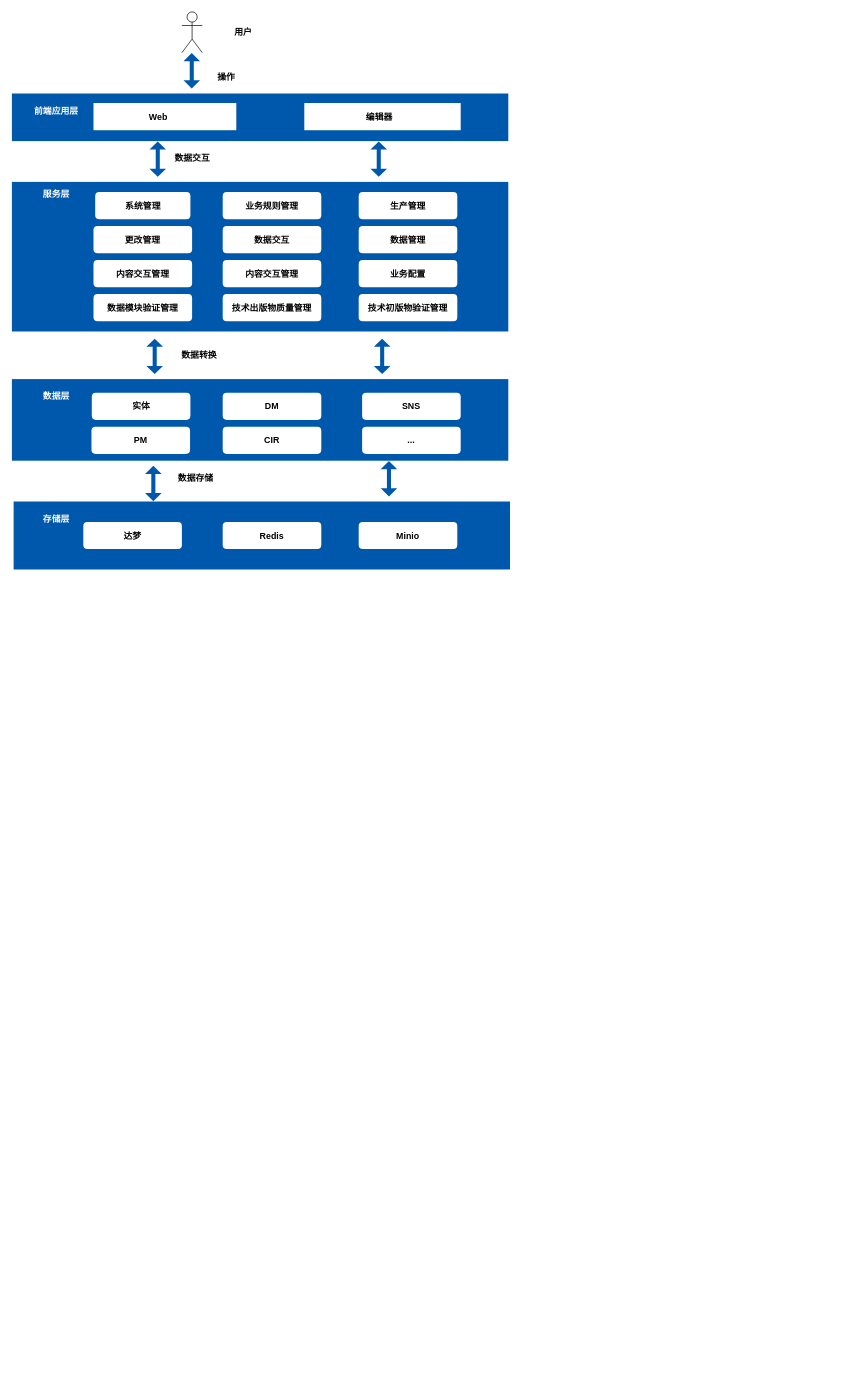
DemonHan/KuickBuy keeps this draw.io diagram as csdb/数据架构图.drawio. Above is the earlier version. Source tidied: cells renumbered, new cells numbered last; positions are measured from the earlier drawing's top-left corner, leaving out a move shared by most shapes. Both pictures are drawn from the tidied source at 68%, with x=0, y=0 at pixel (12, 12).
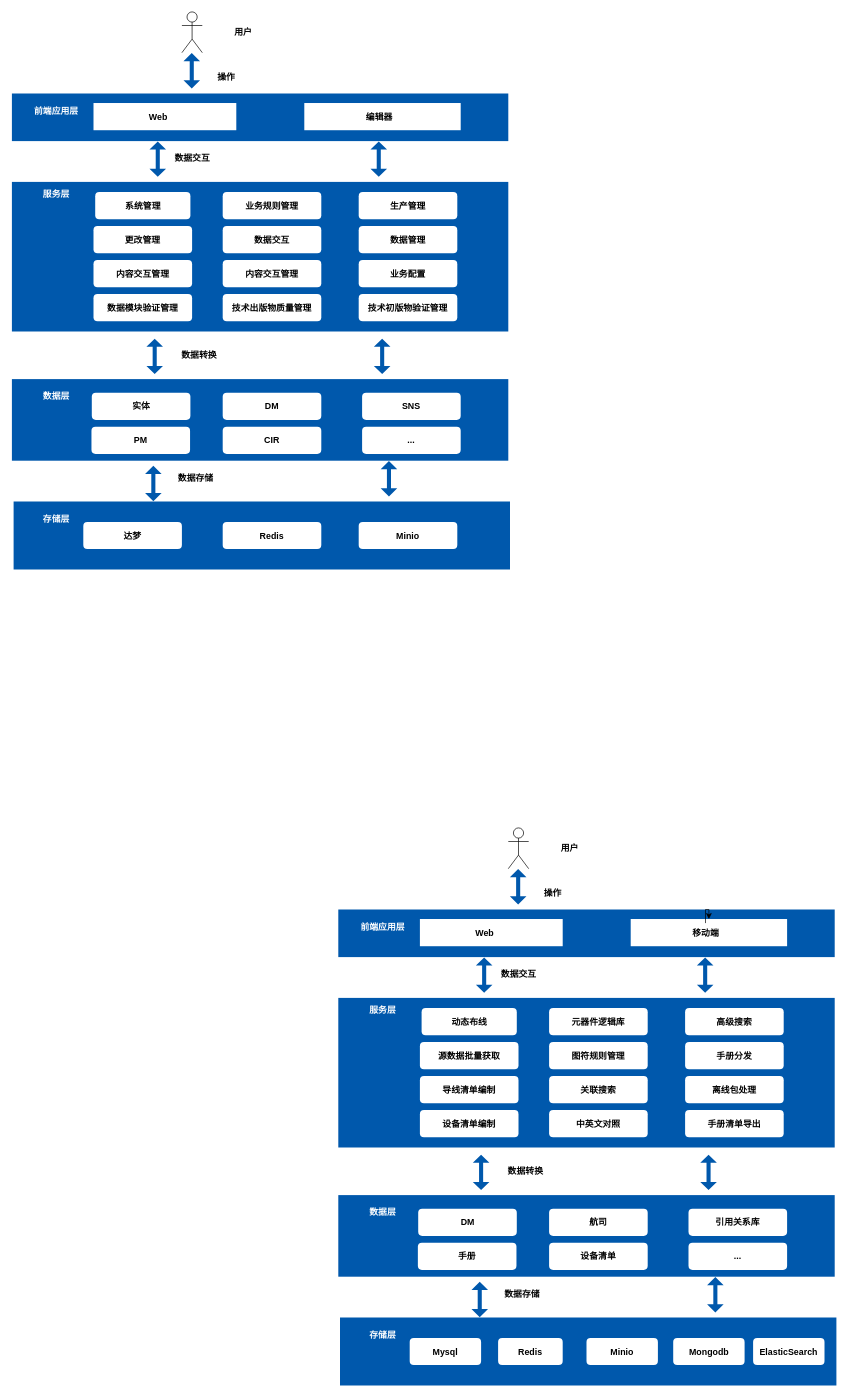
The same diagram, later.

Commit message:
更新数据架构图.drawio

Diff of the diagram source:
```diff
@@
+    <mxCell id="48" value="Actor" style="shape=umlActor;verticalLabelPosition=bottom;verticalAlign=top;html=1;fontColor=none;noLabel=1;" parent="1" vertex="1">
+      <mxGeometry x="730" y="1200" width="30" height="60" as="geometry" />
+    </mxCell>
+    <mxCell id="49" style="shape=flexArrow;endArrow=classic;startArrow=classic;html=1;rounded=0;width=6;startSize=3.64;endSize=3.64;endWidth=17.387755102040817;startWidth=17.387755102040817;entryX=0.197;entryY=0.995;entryDx=0;entryDy=0;entryPerimeter=0;fontStyle=1;fontSize=13;strokeColor=none;fillColor=#0058AC;" parent="1" edge="1">
+      <mxGeometry relative="1" as="geometry">
+        <mxPoint x="744.5" y="1313" as="sourcePoint" />
+        <mxPoint x="744.5" y="1260" as="targetPoint" />
+      </mxGeometry>
+    </mxCell>
+    <mxCell id="50" style="rounded=0;whiteSpace=wrap;html=1;fillColor=#0058AC;fontStyle=1;fontSize=13;strokeColor=none;" parent="1" vertex="1">
+      <mxGeometry x="480" y="1320" width="730" height="70" as="geometry" />
+    </mxCell>
+    <mxCell id="51" value="前端应用层" style="text;html=1;align=center;verticalAlign=middle;strokeColor=none;fillColor=none;fontColor=#FFFFFF;fontStyle=1;fontSize=13;" parent="1" vertex="1">
+      <mxGeometry x="500" y="1330" width="90" height="30" as="geometry" />
+    </mxCell>
+    <mxCell id="52" style="rounded=0;whiteSpace=wrap;html=1;fillColor=#FFFFFF;fontStyle=1;fontSize=13;strokeColor=none;" parent="1" vertex="1">
+      <mxGeometry x="600" y="1334" width="210" height="40" as="geometry" />
+    </mxCell>
+    <mxCell id="53" value="Web" style="text;html=1;align=center;verticalAlign=middle;strokeColor=none;fillColor=none;fontStyle=1;fontSize=13;" parent="1" vertex="1">
+      <mxGeometry x="670" y="1340" width="50" height="30" as="geometry" />
+    </mxCell>
+    <mxCell id="54" style="rounded=0;whiteSpace=wrap;html=1;fillColor=#FFFFFF;fontStyle=1;fontSize=13;strokeColor=none;" parent="1" vertex="1">
+      <mxGeometry x="910" y="1334" width="230" height="40" as="geometry" />
+    </mxCell>
+    <mxCell id="55" style="edgeStyle=orthogonalEdgeStyle;rounded=0;jettySize=auto;html=1;" parent="1" edge="1" source="56" target="54">
+      <mxGeometry relative="1" as="geometry" />
+    </mxCell>
+    <mxCell id="56" value="移动端" style="text;html=1;align=center;verticalAlign=middle;points=[];strokeColor=none;fillColor=none;fontStyle=1;fontSize=13;" parent="1" vertex="1">
+      <mxGeometry x="990" y="1340" width="60" height="30" as="geometry" />
+    </mxCell>
+    <mxCell id="57" style="rounded=0;whiteSpace=wrap;html=1;fillColor=#0058AC;fontStyle=1;fontSize=13;strokeColor=none;" parent="1" vertex="1">
+      <mxGeometry x="480" y="1450" width="730" height="220" as="geometry" />
+    </mxCell>
+    <mxCell id="58" value="服务层" style="text;html=1;align=center;verticalAlign=middle;strokeColor=none;fillColor=none;fontColor=#FFFFFF;fontStyle=1;fontSize=13;" parent="1" vertex="1">
+      <mxGeometry x="515" y="1453" width="60" height="30" as="geometry" />
+    </mxCell>
+    <mxCell id="59" value="动态布线" style="rounded=1;whiteSpace=wrap;html=1;fontStyle=1;fontSize=13;strokeColor=none;fillColor=#FFFFFF;fontColor=#000000;" parent="1" vertex="1">
+      <mxGeometry x="602.5" y="1465" width="140" height="40" as="geometry" />
+    </mxCell>
+    <mxCell id="60" value="元器件逻辑库" style="rounded=1;whiteSpace=wrap;html=1;fontStyle=1;fontSize=13;strokeColor=none;fillColor=#FFFFFF;fontColor=#000000;" parent="1" vertex="1">
+      <mxGeometry x="790" y="1465" width="145" height="40" as="geometry" />
+    </mxCell>
+    <mxCell id="61" value="高级搜索" style="rounded=1;whiteSpace=wrap;html=1;fontStyle=1;fontSize=13;strokeColor=none;fillColor=#FFFFFF;fontColor=#000000;" parent="1" vertex="1">
+      <mxGeometry x="990" y="1465" width="145" height="40" as="geometry" />
+    </mxCell>
+    <mxCell id="62" value="源数据批量获取" style="rounded=1;whiteSpace=wrap;html=1;fontStyle=1;fontSize=13;strokeColor=none;fillColor=#FFFFFF;fontColor=#000000;" parent="1" vertex="1">
+      <mxGeometry x="600" y="1515" width="145" height="40" as="geometry" />
+    </mxCell>
+    <mxCell id="63" value="图符规则管理" style="rounded=1;whiteSpace=wrap;html=1;fontStyle=1;fontSize=13;strokeColor=none;fillColor=#FFFFFF;fontColor=#000000;" parent="1" vertex="1">
+      <mxGeometry x="790" y="1515" width="145" height="40" as="geometry" />
+    </mxCell>
+    <mxCell id="64" value="手册分发" style="rounded=1;whiteSpace=wrap;html=1;fontStyle=1;fontSize=13;strokeColor=none;fillColor=#FFFFFF;fontColor=#000000;" parent="1" vertex="1">
+      <mxGeometry x="990" y="1515" width="145" height="40" as="geometry" />
+    </mxCell>
+    <mxCell id="65" value="导线清单编制" style="rounded=1;whiteSpace=wrap;html=1;fontStyle=1;fontSize=13;strokeColor=none;fillColor=#FFFFFF;fontColor=#000000;" parent="1" vertex="1">
+      <mxGeometry x="600" y="1565" width="145" height="40" as="geometry" />
+    </mxCell>
+    <mxCell id="66" value="关联搜索" style="rounded=1;whiteSpace=wrap;html=1;fontStyle=1;fontSize=13;strokeColor=none;fillColor=#FFFFFF;fontColor=#000000;" parent="1" vertex="1">
+      <mxGeometry x="790" y="1565" width="145" height="40" as="geometry" />
+    </mxCell>
+    <mxCell id="67" value="离线包处理" style="rounded=1;whiteSpace=wrap;html=1;fontStyle=1;fontSize=13;strokeColor=none;fillColor=#FFFFFF;fontColor=#000000;" parent="1" vertex="1">
+      <mxGeometry x="990" y="1565" width="145" height="40" as="geometry" />
+    </mxCell>
+    <mxCell id="68" value="设备清单编制" style="rounded=1;whiteSpace=wrap;html=1;fontStyle=1;fontSize=13;strokeColor=none;fillColor=#FFFFFF;fontColor=#000000;" parent="1" vertex="1">
+      <mxGeometry x="600" y="1615" width="145" height="40" as="geometry" />
+    </mxCell>
+    <mxCell id="69" value="中英文对照" style="rounded=1;whiteSpace=wrap;html=1;fontStyle=1;fontSize=13;strokeColor=none;fillColor=#FFFFFF;fontColor=#000000;" parent="1" vertex="1">
+      <mxGeometry x="790" y="1615" width="145" height="40" as="geometry" />
+    </mxCell>
+    <mxCell id="70" value="手册清单导出" style="rounded=1;whiteSpace=wrap;html=1;fontStyle=1;fontSize=13;strokeColor=none;fillColor=#FFFFFF;fontColor=#000000;" parent="1" vertex="1">
+      <mxGeometry x="990" y="1615" width="145" height="40" as="geometry" />
+    </mxCell>
+    <mxCell id="71" style="shape=flexArrow;endArrow=classic;startArrow=classic;html=1;rounded=0;width=6;startSize=3.64;endSize=3.64;endWidth=17.387755102040817;startWidth=17.387755102040817;entryX=0.197;entryY=0.995;entryDx=0;entryDy=0;entryPerimeter=0;fontStyle=1;fontSize=13;strokeColor=none;fillColor=#0058AC;" parent="1" edge="1">
+      <mxGeometry relative="1" as="geometry">
+        <mxPoint x="694.5" y="1443" as="sourcePoint" />
+        <mxPoint x="694.5" y="1390" as="targetPoint" />
+      </mxGeometry>
+    </mxCell>
+    <mxCell id="72" style="shape=flexArrow;endArrow=classic;startArrow=classic;html=1;rounded=0;width=6;startSize=3.64;endSize=3.64;endWidth=17.387755102040817;startWidth=17.387755102040817;entryX=0.197;entryY=0.995;entryDx=0;entryDy=0;entryPerimeter=0;fontStyle=1;fontSize=13;strokeColor=none;fillColor=#0058AC;" parent="1" edge="1">
+      <mxGeometry relative="1" as="geometry">
+        <mxPoint x="1019.5" y="1443" as="sourcePoint" />
+        <mxPoint x="1019.5" y="1390" as="targetPoint" />
+      </mxGeometry>
+    </mxCell>
+    <mxCell id="73" style="rounded=0;whiteSpace=wrap;html=1;fillColor=#0058AC;fontStyle=1;fontSize=13;strokeColor=none;" parent="1" vertex="1">
+      <mxGeometry x="480" y="1740" width="730" height="120" as="geometry" />
+    </mxCell>
+    <mxCell id="74" value="数据层" style="text;html=1;align=center;verticalAlign=middle;strokeColor=none;fillColor=none;fontColor=#FFFFFF;fontStyle=1;fontSize=13;" parent="1" vertex="1">
+      <mxGeometry x="515" y="1750" width="60" height="30" as="geometry" />
+    </mxCell>
+    <mxCell id="75" style="shape=flexArrow;endArrow=classic;startArrow=classic;html=1;rounded=0;width=6;startSize=3.64;endSize=3.64;endWidth=17.387755102040817;startWidth=17.387755102040817;entryX=0.197;entryY=0.995;entryDx=0;entryDy=0;entryPerimeter=0;fontStyle=1;fontSize=13;strokeColor=none;fillColor=#0058AC;" parent="1" edge="1">
+      <mxGeometry relative="1" as="geometry">
+        <mxPoint x="690" y="1733" as="sourcePoint" />
+        <mxPoint x="690" y="1680" as="targetPoint" />
+      </mxGeometry>
+    </mxCell>
+    <mxCell id="76" style="shape=flexArrow;endArrow=classic;startArrow=classic;html=1;rounded=0;width=6;startSize=3.64;endSize=3.64;endWidth=17.387755102040817;startWidth=17.387755102040817;entryX=0.197;entryY=0.995;entryDx=0;entryDy=0;entryPerimeter=0;fontStyle=1;fontSize=13;strokeColor=none;fillColor=#0058AC;" parent="1" edge="1">
+      <mxGeometry relative="1" as="geometry">
+        <mxPoint x="1024.5" y="1733" as="sourcePoint" />
+        <mxPoint x="1024.5" y="1680" as="targetPoint" />
+      </mxGeometry>
+    </mxCell>
+    <mxCell id="77" value="DM" style="rounded=1;whiteSpace=wrap;html=1;fontStyle=1;fontSize=13;strokeColor=none;fillColor=#FFFFFF;fontColor=#000000;" parent="1" vertex="1">
+      <mxGeometry x="597.5" y="1760" width="145" height="40" as="geometry" />
+    </mxCell>
+    <mxCell id="78" value="航司" style="rounded=1;whiteSpace=wrap;html=1;fontStyle=1;fontSize=13;strokeColor=none;fillColor=#FFFFFF;fontColor=#000000;" parent="1" vertex="1">
+      <mxGeometry x="790" y="1760" width="145" height="40" as="geometry" />
+    </mxCell>
+    <mxCell id="79" value="引用关系库" style="rounded=1;whiteSpace=wrap;html=1;fontStyle=1;fontSize=13;strokeColor=none;fillColor=#FFFFFF;fontColor=#000000;" parent="1" vertex="1">
+      <mxGeometry x="995" y="1760" width="145" height="40" as="geometry" />
+    </mxCell>
+    <mxCell id="80" value="手册" style="rounded=1;whiteSpace=wrap;html=1;fontStyle=1;fontSize=13;strokeColor=none;fillColor=#FFFFFF;fontColor=#000000;" parent="1" vertex="1">
+      <mxGeometry x="597" y="1810" width="145" height="40" as="geometry" />
+    </mxCell>
+    <mxCell id="81" value="设备清单" style="rounded=1;whiteSpace=wrap;html=1;fontStyle=1;fontSize=13;strokeColor=none;fillColor=#FFFFFF;fontColor=#000000;" parent="1" vertex="1">
+      <mxGeometry x="790" y="1810" width="145" height="40" as="geometry" />
+    </mxCell>
+    <mxCell id="82" value="..." style="rounded=1;whiteSpace=wrap;html=1;fontStyle=1;fontSize=13;strokeColor=none;fillColor=#FFFFFF;fontColor=#000000;" parent="1" vertex="1">
+      <mxGeometry x="995" y="1810" width="145" height="40" as="geometry" />
+    </mxCell>
+    <mxCell id="83" style="rounded=0;whiteSpace=wrap;html=1;fillColor=#0058AC;fontStyle=1;fontSize=13;strokeColor=none;" parent="1" vertex="1">
+      <mxGeometry x="482.5" y="1920" width="730" height="100" as="geometry" />
+    </mxCell>
+    <mxCell id="84" style="shape=flexArrow;endArrow=classic;startArrow=classic;html=1;rounded=0;width=6;startSize=3.64;endSize=3.64;endWidth=17.387755102040817;startWidth=17.387755102040817;entryX=0.197;entryY=0.995;entryDx=0;entryDy=0;entryPerimeter=0;fontStyle=1;fontSize=13;strokeColor=none;fillColor=#0058AC;" parent="1" edge="1">
+      <mxGeometry relative="1" as="geometry">
+        <mxPoint x="688" y="1920" as="sourcePoint" />
+        <mxPoint x="688" y="1867" as="targetPoint" />
+      </mxGeometry>
+    </mxCell>
+    <mxCell id="85" style="shape=flexArrow;endArrow=classic;startArrow=classic;html=1;rounded=0;width=6;startSize=3.64;endSize=3.64;endWidth=17.387755102040817;startWidth=17.387755102040817;entryX=0.197;entryY=0.995;entryDx=0;entryDy=0;entryPerimeter=0;fontStyle=1;fontSize=13;strokeColor=none;fillColor=#0058AC;" parent="1" edge="1">
+      <mxGeometry relative="1" as="geometry">
+        <mxPoint x="1034.5" y="1913" as="sourcePoint" />
+        <mxPoint x="1034.5" y="1860" as="targetPoint" />
+      </mxGeometry>
+    </mxCell>
+    <mxCell id="86" value="存储层" style="text;html=1;align=center;verticalAlign=middle;strokeColor=none;fillColor=none;fontColor=#FFFFFF;fontStyle=1;fontSize=13;" parent="1" vertex="1">
+      <mxGeometry x="515" y="1930" width="60" height="30" as="geometry" />
+    </mxCell>
+    <mxCell id="87" value="Mysql" style="rounded=1;whiteSpace=wrap;html=1;fontStyle=1;fontSize=13;strokeColor=none;fillColor=#FFFFFF;fontColor=#000000;" parent="1" vertex="1">
+      <mxGeometry x="585" y="1950" width="105" height="40" as="geometry" />
+    </mxCell>
+    <mxCell id="88" value="Redis" style="rounded=1;whiteSpace=wrap;html=1;fontStyle=1;fontSize=13;strokeColor=none;fillColor=#FFFFFF;fontColor=#000000;" parent="1" vertex="1">
+      <mxGeometry x="715" y="1950" width="95" height="40" as="geometry" />
+    </mxCell>
+    <mxCell id="89" value="Minio" style="rounded=1;whiteSpace=wrap;html=1;fontStyle=1;fontSize=13;strokeColor=none;fillColor=#FFFFFF;fontColor=#000000;" parent="1" vertex="1">
+      <mxGeometry x="845" y="1950" width="105" height="40" as="geometry" />
+    </mxCell>
+    <mxCell id="90" value="用户" style="text;html=1;align=center;verticalAlign=middle;strokeColor=none;fillColor=none;fontColor=#000000;fontStyle=1;fontSize=13;" parent="1" vertex="1">
+      <mxGeometry x="795" y="1215" width="50" height="30" as="geometry" />
+    </mxCell>
+    <mxCell id="91" value="操作" style="text;html=1;align=center;verticalAlign=middle;strokeColor=none;fillColor=none;fontColor=#000000;fontStyle=1;fontSize=13;" parent="1" vertex="1">
+      <mxGeometry x="770" y="1280" width="50" height="30" as="geometry" />
+    </mxCell>
+    <mxCell id="92" value="数据交互" style="text;html=1;align=center;verticalAlign=middle;strokeColor=none;fillColor=none;fontColor=#000000;fontStyle=1;fontSize=13;" parent="1" vertex="1">
+      <mxGeometry x="705" y="1400" width="80" height="30" as="geometry" />
+    </mxCell>
+    <mxCell id="93" value="数据转换" style="text;html=1;align=center;verticalAlign=middle;strokeColor=none;fillColor=none;fontColor=#000000;fontStyle=1;fontSize=13;" parent="1" vertex="1">
+      <mxGeometry x="715" y="1690" width="80" height="30" as="geometry" />
+    </mxCell>
+    <mxCell id="94" value="数据存储" style="text;html=1;align=center;verticalAlign=middle;strokeColor=none;fillColor=none;fontColor=#000000;fontStyle=1;fontSize=13;" parent="1" vertex="1">
+      <mxGeometry x="710" y="1870" width="80" height="30" as="geometry" />
+    </mxCell>
+    <mxCell id="95" value="Mongodb" style="rounded=1;whiteSpace=wrap;html=1;fontStyle=1;fontSize=13;strokeColor=none;fillColor=#FFFFFF;fontColor=#000000;" parent="1" vertex="1">
+      <mxGeometry x="972.5" y="1950" width="105" height="40" as="geometry" />
+    </mxCell>
+    <mxCell id="96" value="ElasticSearch" style="rounded=1;whiteSpace=wrap;html=1;fontStyle=1;fontSize=13;strokeColor=none;fillColor=#FFFFFF;fontColor=#000000;" parent="1" vertex="1">
+      <mxGeometry x="1090" y="1950" width="105" height="40" as="geometry" />
+    </mxCell>
```
